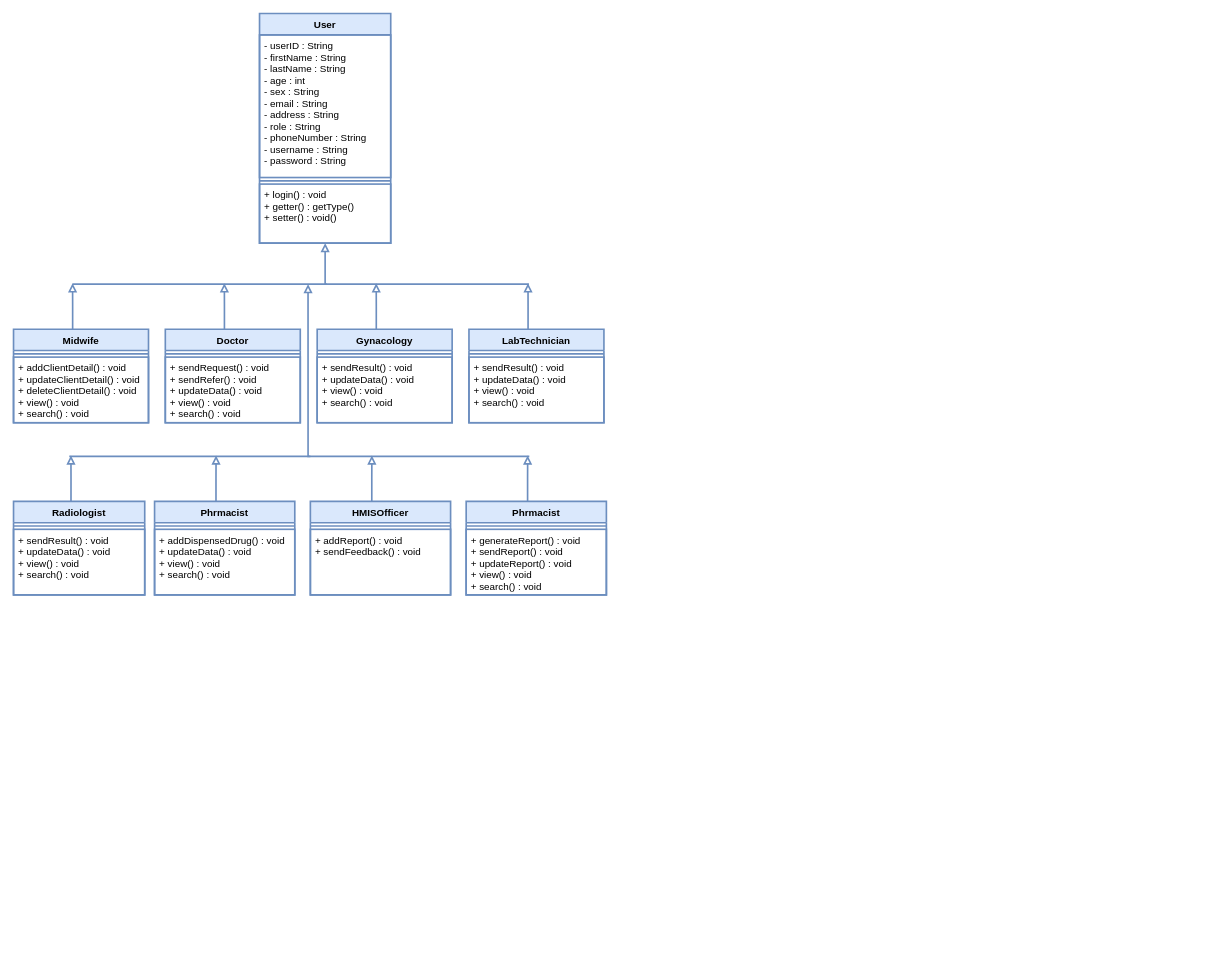
The draw.io diagram Class Diagram.drawio in fasil712/UML_Diagram_Design, before the edit. Source tidied: cells renumbered, new cells numbered last; positions are measured from the earlier drawing's top-left corner, leaving out a move shared by most shapes. Both pictures are drawn from the tidied source at 82%, with x=0, y=0 at pixel (13, 13).
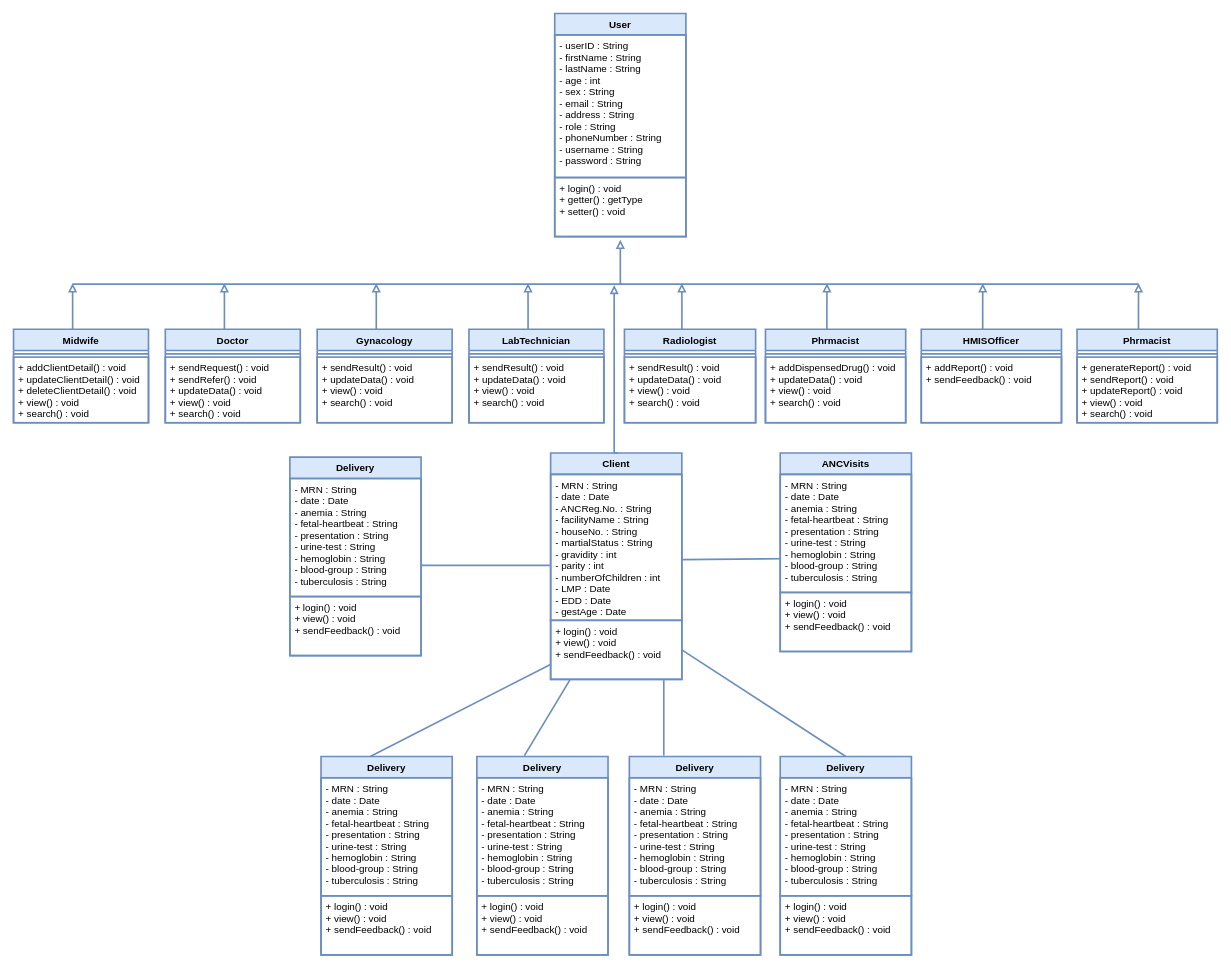
After the change.

Change to the diagram source:
```diff
@@
     <mxCell id="2" value="User" style="swimlane;fontStyle=1;align=center;verticalAlign=top;horizontal=1;startSize=26;strokeWidth=2;spacingTop=0;fontSize=12;strokeColor=#6c8ebf;fillColor=#dae8fc;" parent="1" vertex="1">
-      <mxGeometry x="300" width="160" height="280" as="geometry" />
+      <mxGeometry x="660" width="160" height="272" as="geometry" />
     </mxCell>
@@
-    <mxCell id="4" style="line;strokeWidth=2;fillColor=none;align=left;verticalAlign=middle;spacingTop=0;spacingLeft=3;spacingRight=3;labelPosition=right;fontSize=12;strokeColor=#6C8EBF;" parent="2" vertex="1">
-      <mxGeometry y="200" width="160" height="8" as="geometry" />
-    </mxCell>
-    <mxCell id="5" value="+ login() : void&#10;+ getter() : getType()&#10;+ setter() : void()&#10;" style="text;strokeColor=#6C8EBF;fillColor=none;align=left;verticalAlign=top;spacingLeft=4;spacingRight=4;overflow=hidden;strokeWidth=2;spacingTop=0;fontSize=12;" parent="2" vertex="1">
-      <mxGeometry y="208" width="160" height="72" as="geometry" />
+    <mxCell id="5" value="+ login() : void&#10;+ getter() : getType&#10;+ setter() : void&#10;" style="text;strokeColor=#6C8EBF;fillColor=none;align=left;verticalAlign=top;spacingLeft=4;spacingRight=4;overflow=hidden;strokeWidth=2;spacingTop=0;fontSize=12;" parent="2" vertex="1">
+      <mxGeometry y="200" width="160" height="72" as="geometry" />
     </mxCell>
     <mxCell id="6" style="edgeStyle=orthogonalEdgeStyle;rounded=0;orthogonalLoop=1;jettySize=auto;html=1;endArrow=block;endFill=0;strokeWidth=2;spacingTop=0;fontSize=12;strokeColor=#6C8EBF;" parent="1" edge="1">
       <mxGeometry relative="1" as="geometry">
-        <mxPoint x="382" y="330" as="sourcePoint" />
-        <mxPoint x="380" y="280" as="targetPoint" />
+        <mxPoint x="742" y="330" as="sourcePoint" />
+        <mxPoint x="740" y="276" as="targetPoint" />
         <Array as="points">
-          <mxPoint x="382" y="330" />
+          <mxPoint x="742" y="330" />
         </Array>
       </mxGeometry>
     </mxCell>
     <mxCell id="7" style="group;strokeColor=none;" parent="1" vertex="1">
-      <mxGeometry y="326" width="720" height="173" as="geometry" />
+      <mxGeometry y="326" width="1372" height="173" as="geometry" />
     </mxCell>
@@
     <mxCell id="12" style="line;strokeWidth=2;fillColor=none;align=left;verticalAlign=middle;spacingTop=0;spacingLeft=3;spacingRight=3;labelPosition=right;points=[];portConstraint=eastwest;fontSize=12;strokeColor=#6C8EBF;" parent="7" vertex="1">
-      <mxGeometry x="72" width="556.5" height="8" as="geometry" />
+      <mxGeometry x="72" width="1300" height="8" as="geometry" />
     </mxCell>
@@
     <mxCell id="25" style="group;strokeColor=none;" parent="1" vertex="1">
-      <mxGeometry y="536" width="723" height="173" as="geometry" />
+      <mxGeometry x="745" y="326" width="723" height="173" as="geometry" />
     </mxCell>
@@
-    <mxCell id="42" style="line;strokeWidth=2;fillColor=none;align=left;verticalAlign=middle;spacingTop=0;spacingLeft=3;spacingRight=3;labelPosition=right;fontSize=12;strokeColor=#6C8EBF;" parent="25" vertex="1">
-      <mxGeometry x="68" width="561" height="8" as="geometry" />
-    </mxCell>
-    <mxCell id="43" style="edgeStyle=orthogonalEdgeStyle;rounded=0;jettySize=auto;html=1;endArrow=block;endFill=0;strokeWidth=2;spacingTop=0;fontSize=12;entryX=0.516;entryY=0.5;entryDx=0;entryDy=0;entryPerimeter=0;strokeColor=#6C8EBF;" parent="1" edge="1" target="12">
-      <mxGeometry relative="1" as="geometry">
-        <mxPoint x="362" y="540" as="sourcePoint" />
-        <Array as="points">
-          <mxPoint x="359" y="540" />
-        </Array>
-      </mxGeometry>
-    </mxCell>
+    <mxCell id="44" value="Client" style="swimlane;fontStyle=1;align=center;verticalAlign=top;horizontal=1;startSize=26;strokeWidth=2;spacingTop=0;fontSize=12;strokeColor=#6c8ebf;fillColor=#dae8fc;" parent="1" vertex="1">
+      <mxGeometry x="655" y="536" width="160" height="276" as="geometry" />
+    </mxCell>
+    <mxCell id="45" value="- MRN : String&#10;- date : Date&#10;- ANCReg.No. : String&#10;- facilityName : String&#10;- houseNo. : String&#10;- martialStatus : String&#10;- gravidity : int&#10;- parity : int&#10;- numberOfChildren : int&#10;- LMP : Date&#10;- EDD : Date&#10;- gestAge : Date&#10;" style="text;strokeColor=#6C8EBF;fillColor=none;align=left;verticalAlign=top;spacingLeft=4;spacingRight=4;overflow=hidden;points=[[0,0.5],[1,0.5]];portConstraint=eastwest;strokeWidth=2;spacingTop=0;fontSize=12;" parent="44" vertex="1">
+      <mxGeometry y="26" width="160" height="178" as="geometry" />
+    </mxCell>
+    <mxCell id="46" value="+ login() : void&#10;+ view() : void&#10;+ sendFeedback() : void&#10;" style="text;strokeColor=#6C8EBF;fillColor=none;align=left;verticalAlign=top;spacingLeft=4;spacingRight=4;overflow=hidden;points=[[0,0.5],[1,0.5]];portConstraint=eastwest;strokeWidth=2;spacingTop=0;fontSize=12;" parent="44" vertex="1">
+      <mxGeometry y="204" width="160" height="72" as="geometry" />
+    </mxCell>
+    <mxCell id="47" style="edgeStyle=orthogonalEdgeStyle;rounded=0;orthogonalLoop=1;jettySize=auto;html=1;endArrow=block;endFill=0;strokeWidth=2;spacingTop=0;fontSize=12;strokeColor=#6C8EBF;entryX=0.505;entryY=0.875;entryDx=0;entryDy=0;entryPerimeter=0;" parent="1" edge="1">
+      <mxGeometry relative="1" as="geometry">
+        <mxPoint x="737" y="536" as="sourcePoint" />
+        <mxPoint x="732.5" y="331" as="targetPoint" />
+        <Array as="points">
+          <mxPoint x="733" y="536" />
+        </Array>
+      </mxGeometry>
+    </mxCell>
+    <mxCell id="48" value="ANCVisits" style="swimlane;fontStyle=1;align=center;verticalAlign=top;horizontal=1;startSize=26;strokeWidth=2;spacingTop=0;fontSize=12;strokeColor=#6c8ebf;fillColor=#dae8fc;" parent="1" vertex="1">
+      <mxGeometry x="935" y="536" width="160" height="242" as="geometry" />
+    </mxCell>
+    <mxCell id="49" value="- MRN : String&#10;- date : Date&#10;- anemia : String&#10;- fetal-heartbeat : String&#10;- presentation : String&#10;- urine-test : String&#10;- hemoglobin : String&#10;- blood-group : String&#10;- tuberculosis : String&#10;" style="text;strokeColor=#6C8EBF;fillColor=none;align=left;verticalAlign=top;spacingLeft=4;spacingRight=4;overflow=hidden;points=[[0,0.5],[1,0.5]];portConstraint=eastwest;strokeWidth=2;spacingTop=0;fontSize=12;" parent="48" vertex="1">
+      <mxGeometry y="26" width="160" height="144" as="geometry" />
+    </mxCell>
+    <mxCell id="50" value="+ login() : void&#10;+ view() : void&#10;+ sendFeedback() : void&#10;" style="text;strokeColor=#6C8EBF;fillColor=none;align=left;verticalAlign=top;spacingLeft=4;spacingRight=4;overflow=hidden;strokeWidth=2;spacingTop=0;fontSize=12;" parent="48" vertex="1">
+      <mxGeometry y="170" width="160" height="72" as="geometry" />
+    </mxCell>
+    <mxCell id="51" style="endArrow=none;html=1;rounded=0;labelBackgroundColor=none;fontSize=12;strokeColor=#6C8EBF;strokeWidth=2;exitX=0.997;exitY=0.584;exitDx=0;exitDy=0;exitPerimeter=0;entryX=-0.003;entryY=0.715;entryDx=0;entryDy=0;entryPerimeter=0;" parent="1" edge="1" source="45" target="49">
+      <mxGeometry relative="1" as="geometry" />
+    </mxCell>
+    <mxCell id="52" value="Delivery" style="swimlane;fontStyle=1;align=center;verticalAlign=top;horizontal=1;startSize=26;strokeWidth=2;spacingTop=0;fontSize=12;strokeColor=#6c8ebf;fillColor=#dae8fc;" parent="1" vertex="1">
+      <mxGeometry x="935" y="906" width="160" height="242" as="geometry" />
+    </mxCell>
+    <mxCell id="53" value="- MRN : String&#10;- date : Date&#10;- anemia : String&#10;- fetal-heartbeat : String&#10;- presentation : String&#10;- urine-test : String&#10;- hemoglobin : String&#10;- blood-group : String&#10;- tuberculosis : String&#10;" style="text;strokeColor=#6C8EBF;fillColor=none;align=left;verticalAlign=top;spacingLeft=4;spacingRight=4;overflow=hidden;strokeWidth=2;spacingTop=0;fontSize=12;" parent="52" vertex="1">
+      <mxGeometry y="26" width="160" height="144" as="geometry" />
+    </mxCell>
+    <mxCell id="54" value="+ login() : void&#10;+ view() : void&#10;+ sendFeedback() : void&#10;" style="text;strokeColor=#6C8EBF;fillColor=none;align=left;verticalAlign=top;spacingLeft=4;spacingRight=4;overflow=hidden;strokeWidth=2;spacingTop=0;fontSize=12;" parent="52" vertex="1">
+      <mxGeometry y="170" width="160" height="72" as="geometry" />
+    </mxCell>
+    <mxCell id="55" style="endArrow=none;html=1;rounded=0;labelBackgroundColor=none;fontSize=12;strokeColor=#6C8EBF;strokeWidth=2;exitX=1;exitY=0.5;exitDx=0;exitDy=0;entryX=0.5;entryY=0;entryDx=0;entryDy=0;" parent="1" edge="1" source="46" target="52">
+      <mxGeometry relative="1" as="geometry" />
+    </mxCell>
+    <mxCell id="56" value="Delivery" style="swimlane;fontStyle=1;align=center;verticalAlign=top;horizontal=1;startSize=26;strokeWidth=2;spacingTop=0;fontSize=12;strokeColor=#6c8ebf;fillColor=#dae8fc;" parent="1" vertex="1">
+      <mxGeometry x="751" y="906" width="160" height="242" as="geometry" />
+    </mxCell>
+    <mxCell id="57" value="- MRN : String&#10;- date : Date&#10;- anemia : String&#10;- fetal-heartbeat : String&#10;- presentation : String&#10;- urine-test : String&#10;- hemoglobin : String&#10;- blood-group : String&#10;- tuberculosis : String&#10;" style="text;strokeColor=#6C8EBF;fillColor=none;align=left;verticalAlign=top;spacingLeft=4;spacingRight=4;overflow=hidden;strokeWidth=2;spacingTop=0;fontSize=12;" parent="56" vertex="1">
+      <mxGeometry y="26" width="160" height="144" as="geometry" />
+    </mxCell>
+    <mxCell id="58" value="+ login() : void&#10;+ view() : void&#10;+ sendFeedback() : void&#10;" style="text;strokeColor=#6C8EBF;fillColor=none;align=left;verticalAlign=top;spacingLeft=4;spacingRight=4;overflow=hidden;strokeWidth=2;spacingTop=0;fontSize=12;" parent="56" vertex="1">
+      <mxGeometry y="170" width="160" height="72" as="geometry" />
+    </mxCell>
+    <mxCell id="59" style="endArrow=none;html=1;rounded=0;labelBackgroundColor=none;fontSize=12;strokeColor=#6C8EBF;strokeWidth=2;" parent="1" edge="1">
+      <mxGeometry relative="1" as="geometry">
+        <mxPoint x="793" y="813" as="sourcePoint" />
+        <mxPoint x="793" y="905" as="targetPoint" />
+      </mxGeometry>
+    </mxCell>
+    <mxCell id="60" value="Delivery" style="swimlane;fontStyle=1;align=center;verticalAlign=top;horizontal=1;startSize=26;strokeWidth=2;spacingTop=0;fontSize=12;strokeColor=#6c8ebf;fillColor=#dae8fc;" parent="1" vertex="1">
+      <mxGeometry x="565" y="906" width="160" height="242" as="geometry" />
+    </mxCell>
+    <mxCell id="61" value="- MRN : String&#10;- date : Date&#10;- anemia : String&#10;- fetal-heartbeat : String&#10;- presentation : String&#10;- urine-test : String&#10;- hemoglobin : String&#10;- blood-group : String&#10;- tuberculosis : String&#10;" style="text;strokeColor=#6C8EBF;fillColor=none;align=left;verticalAlign=top;spacingLeft=4;spacingRight=4;overflow=hidden;strokeWidth=2;spacingTop=0;fontSize=12;" parent="60" vertex="1">
+      <mxGeometry y="26" width="160" height="144" as="geometry" />
+    </mxCell>
+    <mxCell id="62" value="+ login() : void&#10;+ view() : void&#10;+ sendFeedback() : void&#10;" style="text;strokeColor=#6C8EBF;fillColor=none;align=left;verticalAlign=top;spacingLeft=4;spacingRight=4;overflow=hidden;strokeWidth=2;spacingTop=0;fontSize=12;" parent="60" vertex="1">
+      <mxGeometry y="170" width="160" height="72" as="geometry" />
+    </mxCell>
+    <mxCell id="63" style="endArrow=none;html=1;rounded=0;labelBackgroundColor=none;fontSize=12;strokeColor=#6C8EBF;strokeWidth=2;exitX=0.147;exitY=1.008;exitDx=0;exitDy=0;exitPerimeter=0;" parent="1" edge="1" source="46">
+      <mxGeometry relative="1" as="geometry">
+        <mxPoint x="623" y="905" as="targetPoint" />
+      </mxGeometry>
+    </mxCell>
+    <mxCell id="64" value="Delivery" style="swimlane;fontStyle=1;align=center;verticalAlign=top;horizontal=1;startSize=26;strokeWidth=2;spacingTop=0;fontSize=12;strokeColor=#6c8ebf;fillColor=#dae8fc;" parent="1" vertex="1">
+      <mxGeometry x="375" y="906" width="160" height="242" as="geometry" />
+    </mxCell>
+    <mxCell id="65" value="- MRN : String&#10;- date : Date&#10;- anemia : String&#10;- fetal-heartbeat : String&#10;- presentation : String&#10;- urine-test : String&#10;- hemoglobin : String&#10;- blood-group : String&#10;- tuberculosis : String&#10;" style="text;strokeColor=#6C8EBF;fillColor=none;align=left;verticalAlign=top;spacingLeft=4;spacingRight=4;overflow=hidden;strokeWidth=2;spacingTop=0;fontSize=12;" parent="64" vertex="1">
+      <mxGeometry y="26" width="160" height="144" as="geometry" />
+    </mxCell>
+    <mxCell id="66" value="+ login() : void&#10;+ view() : void&#10;+ sendFeedback() : void&#10;" style="text;strokeColor=#6C8EBF;fillColor=none;align=left;verticalAlign=top;spacingLeft=4;spacingRight=4;overflow=hidden;strokeWidth=2;spacingTop=0;fontSize=12;" parent="64" vertex="1">
+      <mxGeometry y="170" width="160" height="72" as="geometry" />
+    </mxCell>
+    <mxCell id="67" style="endArrow=none;html=1;rounded=0;labelBackgroundColor=none;fontSize=12;strokeColor=#6C8EBF;strokeWidth=2;exitX=-0.01;exitY=0.73;exitDx=0;exitDy=0;exitPerimeter=0;" parent="1" edge="1">
+      <mxGeometry relative="1" as="geometry">
+        <mxPoint x="655.4" y="793.6" as="sourcePoint" />
+        <mxPoint x="435" y="906" as="targetPoint" />
+      </mxGeometry>
+    </mxCell>
+    <mxCell id="68" value="Delivery" style="swimlane;fontStyle=1;align=center;verticalAlign=top;horizontal=1;startSize=26;strokeWidth=2;spacingTop=0;fontSize=12;strokeColor=#6c8ebf;fillColor=#dae8fc;" parent="1" vertex="1">
+      <mxGeometry x="337" y="541" width="160" height="242" as="geometry" />
+    </mxCell>
+    <mxCell id="69" value="- MRN : String&#10;- date : Date&#10;- anemia : String&#10;- fetal-heartbeat : String&#10;- presentation : String&#10;- urine-test : String&#10;- hemoglobin : String&#10;- blood-group : String&#10;- tuberculosis : String&#10;" style="text;strokeColor=#6C8EBF;fillColor=none;align=left;verticalAlign=top;spacingLeft=4;spacingRight=4;overflow=hidden;strokeWidth=2;spacingTop=0;fontSize=12;" parent="68" vertex="1">
+      <mxGeometry y="26" width="160" height="144" as="geometry" />
+    </mxCell>
+    <mxCell id="70" value="+ login() : void&#10;+ view() : void&#10;+ sendFeedback() : void&#10;" style="text;strokeColor=#6C8EBF;fillColor=none;align=left;verticalAlign=top;spacingLeft=4;spacingRight=4;overflow=hidden;strokeWidth=2;spacingTop=0;fontSize=12;" parent="68" vertex="1">
+      <mxGeometry y="170" width="160" height="72" as="geometry" />
+    </mxCell>
+    <mxCell id="71" style="endArrow=none;html=1;rounded=0;labelBackgroundColor=none;fontSize=12;strokeColor=#6C8EBF;strokeWidth=2;" parent="1" edge="1">
+      <mxGeometry relative="1" as="geometry">
+        <mxPoint x="654" y="673" as="sourcePoint" />
+        <mxPoint x="498" y="673" as="targetPoint" />
+      </mxGeometry>
+    </mxCell>
```
